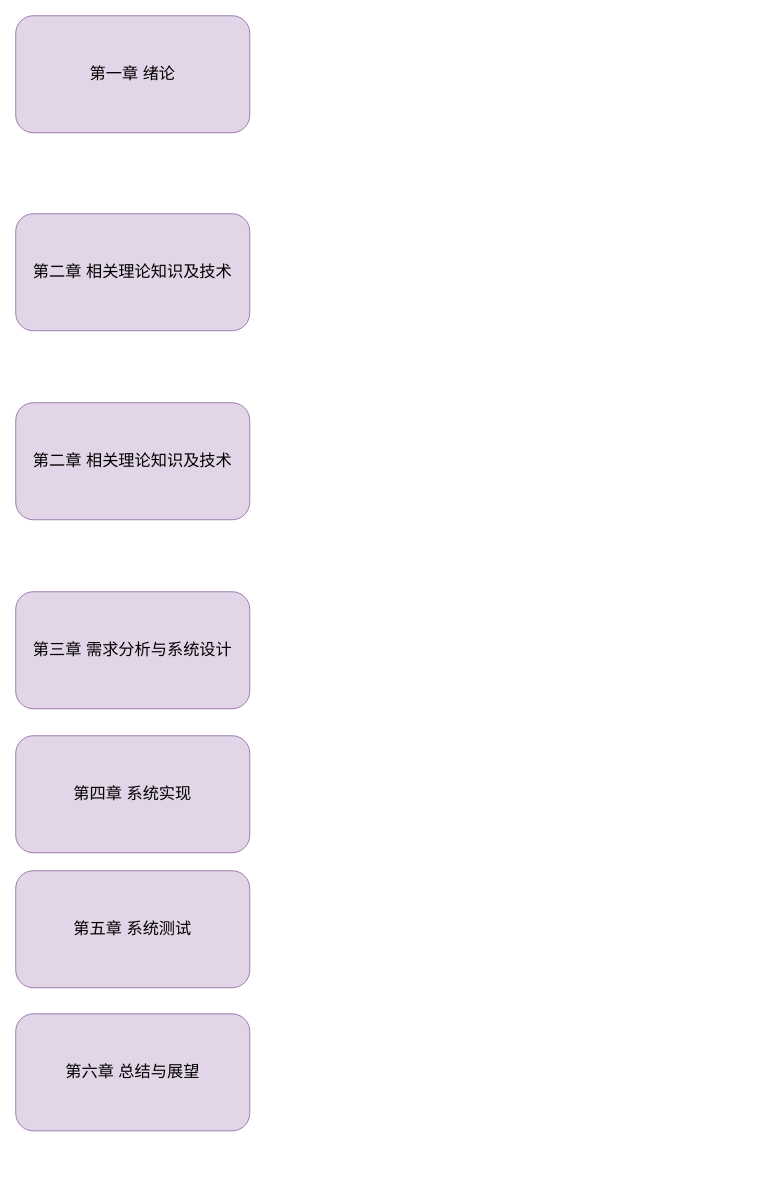
Before: 文章结构图.drawio in ov0-0vo/1, a draw.io diagram. Source tidied: cells renumbered, new cells numbered last; positions are measured from the earlier drawing's top-left corner, leaving out a move shared by most shapes. Both pictures are drawn from the tidied source at 90%, with x=0, y=0 at pixel (15, 15).
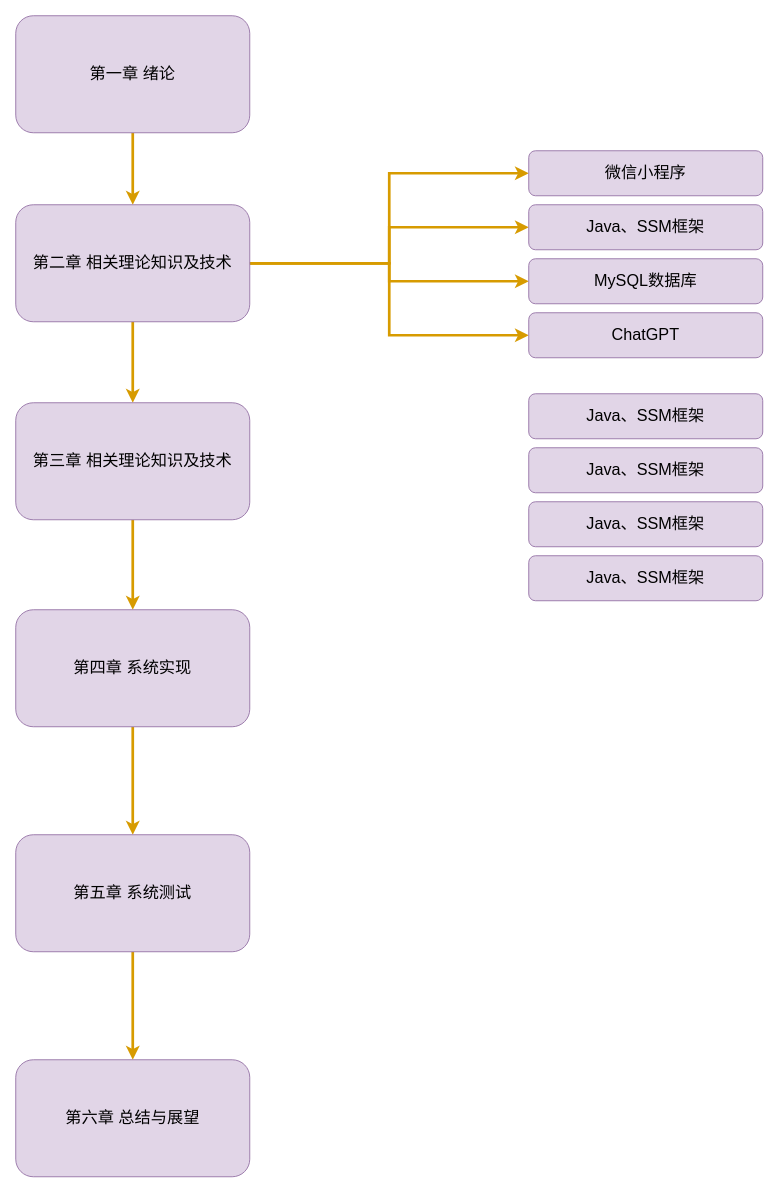
The same diagram, later.

Commit message (it also covers changes not shown here):
更新文章结构图.drawio

The change refers to these unchanged cells:
```xml
<mxCell id="2" value="第一章 绪论" style="rounded=1;whiteSpace=wrap;html=1;fillColor=#e1d5e7;strokeColor=#9673a6;fontSize=18;" parent="1" vertex="1">
  <mxGeometry width="260" height="130" as="geometry" />
</mxCell>
```

Diff of the diagram source:
```diff
@@
+    <mxCell id="9" style="rounded=0;jettySize=auto;html=1;exitX=0.5;exitY=1;exitDx=0;exitDy=0;entryX=0.5;entryY=0;entryDx=0;entryDy=0;fontFamily=Helvetica;fontSize=18;fontColor=default;fillColor=#ffe6cc;strokeColor=#d79b00;strokeWidth=3;" parent="1" edge="1" source="2" target="3">
+      <mxGeometry relative="1" as="geometry" />
+    </mxCell>
@@
+    <mxCell id="10" style="edgeStyle=none;shape=connector;rounded=0;jettySize=auto;html=1;exitX=0.5;exitY=1;exitDx=0;exitDy=0;entryX=0.5;entryY=0;entryDx=0;entryDy=0;labelBackgroundColor=default;strokeColor=#d79b00;strokeWidth=3;fontFamily=Helvetica;fontSize=18;fontColor=default;endArrow=classic;fillColor=#ffe6cc;" parent="1" edge="1" source="3" target="4">
+      <mxGeometry relative="1" as="geometry" />
+    </mxCell>
+    <mxCell id="11" style="edgeStyle=orthogonalEdgeStyle;shape=connector;rounded=0;jettySize=auto;html=1;exitX=1;exitY=0.5;exitDx=0;exitDy=0;entryX=0;entryY=0.5;entryDx=0;entryDy=0;labelBackgroundColor=default;strokeColor=#d79b00;strokeWidth=3;fontFamily=Helvetica;fontSize=18;fontColor=default;endArrow=classic;fillColor=#ffe6cc;" parent="1" edge="1" source="3" target="18">
+      <mxGeometry relative="1" as="geometry" />
+    </mxCell>
+    <mxCell id="12" style="edgeStyle=orthogonalEdgeStyle;shape=connector;rounded=0;jettySize=auto;html=1;exitX=1;exitY=0.5;exitDx=0;exitDy=0;entryX=0;entryY=0.5;entryDx=0;entryDy=0;labelBackgroundColor=default;strokeColor=#d79b00;strokeWidth=3;fontFamily=Helvetica;fontSize=18;fontColor=default;endArrow=classic;fillColor=#ffe6cc;" parent="1" edge="1" source="3" target="19">
+      <mxGeometry relative="1" as="geometry" />
+    </mxCell>
+    <mxCell id="13" style="edgeStyle=orthogonalEdgeStyle;shape=connector;rounded=0;jettySize=auto;html=1;exitX=1;exitY=0.5;exitDx=0;exitDy=0;entryX=0;entryY=0.5;entryDx=0;entryDy=0;labelBackgroundColor=default;strokeColor=#d79b00;strokeWidth=3;fontFamily=Helvetica;fontSize=18;fontColor=default;endArrow=classic;fillColor=#ffe6cc;" parent="1" edge="1" source="3" target="20">
+      <mxGeometry relative="1" as="geometry" />
+    </mxCell>
+    <mxCell id="14" style="edgeStyle=orthogonalEdgeStyle;shape=connector;rounded=0;jettySize=auto;html=1;exitX=1;exitY=0.5;exitDx=0;exitDy=0;entryX=0;entryY=0.5;entryDx=0;entryDy=0;labelBackgroundColor=default;strokeColor=#d79b00;strokeWidth=3;fontFamily=Helvetica;fontSize=18;fontColor=default;endArrow=classic;fillColor=#ffe6cc;" parent="1" edge="1" source="3" target="21">
+      <mxGeometry relative="1" as="geometry" />
+    </mxCell>
     <mxCell id="3" value="第二章 相关理论知识及技术" style="rounded=1;whiteSpace=wrap;html=1;strokeColor=#9673a6;fontFamily=Helvetica;fontSize=18;fontColor=default;fillColor=#e1d5e7;" parent="1" vertex="1">
-      <mxGeometry y="220" width="260" height="130" as="geometry" />
+      <mxGeometry y="210" width="260" height="130" as="geometry" />
     </mxCell>
+    <mxCell id="15" style="edgeStyle=none;shape=connector;rounded=0;jettySize=auto;html=1;exitX=0.5;exitY=1;exitDx=0;exitDy=0;entryX=0.5;entryY=0;entryDx=0;entryDy=0;labelBackgroundColor=default;strokeColor=#d79b00;strokeWidth=3;fontFamily=Helvetica;fontSize=18;fontColor=default;endArrow=classic;fillColor=#ffe6cc;" parent="1" edge="1" source="4" target="6">
+      <mxGeometry relative="1" as="geometry" />
+    </mxCell>
-    <mxCell id="4" value="第二章 相关理论知识及技术" style="rounded=1;whiteSpace=wrap;html=1;strokeColor=#9673a6;fontFamily=Helvetica;fontSize=18;fontColor=default;fillColor=#e1d5e7;" parent="1" vertex="1">
+    <mxCell id="4" value="第三章 相关理论知识及技术" style="rounded=1;whiteSpace=wrap;html=1;strokeColor=#9673a6;fontFamily=Helvetica;fontSize=18;fontColor=default;fillColor=#e1d5e7;" parent="1" vertex="1">
       <mxGeometry y="430" width="260" height="130" as="geometry" />
     </mxCell>
-    <mxCell id="5" value="第三章 需求分析与系统设计" style="rounded=1;whiteSpace=wrap;html=1;strokeColor=#9673a6;fontFamily=Helvetica;fontSize=18;fontColor=default;fillColor=#e1d5e7;" parent="1" vertex="1">
-      <mxGeometry y="640" width="260" height="130" as="geometry" />
-    </mxCell>
+    <mxCell id="16" style="edgeStyle=none;shape=connector;rounded=0;jettySize=auto;html=1;exitX=0.5;exitY=1;exitDx=0;exitDy=0;entryX=0.5;entryY=0;entryDx=0;entryDy=0;labelBackgroundColor=default;strokeColor=#d79b00;strokeWidth=3;fontFamily=Helvetica;fontSize=18;fontColor=default;endArrow=classic;fillColor=#ffe6cc;" parent="1" edge="1" source="6" target="7">
+      <mxGeometry relative="1" as="geometry" />
+    </mxCell>
     <mxCell id="6" value="第四章 系统实现" style="rounded=1;whiteSpace=wrap;html=1;strokeColor=#9673a6;fontFamily=Helvetica;fontSize=18;fontColor=default;fillColor=#e1d5e7;" parent="1" vertex="1">
-      <mxGeometry y="800" width="260" height="130" as="geometry" />
+      <mxGeometry y="660" width="260" height="130" as="geometry" />
     </mxCell>
+    <mxCell id="17" style="edgeStyle=none;shape=connector;rounded=0;jettySize=auto;html=1;exitX=0.5;exitY=1;exitDx=0;exitDy=0;entryX=0.5;entryY=0;entryDx=0;entryDy=0;labelBackgroundColor=default;strokeColor=#d79b00;strokeWidth=3;fontFamily=Helvetica;fontSize=18;fontColor=default;endArrow=classic;fillColor=#ffe6cc;" parent="1" edge="1" source="7" target="8">
+      <mxGeometry relative="1" as="geometry" />
+    </mxCell>
     <mxCell id="7" value="第五章 系统测试" style="rounded=1;whiteSpace=wrap;html=1;strokeColor=#9673a6;fontFamily=Helvetica;fontSize=18;fontColor=default;fillColor=#e1d5e7;" parent="1" vertex="1">
-      <mxGeometry y="950" width="260" height="130" as="geometry" />
+      <mxGeometry y="910" width="260" height="130" as="geometry" />
     </mxCell>
     <mxCell id="8" value="第六章 总结与展望" style="rounded=1;whiteSpace=wrap;html=1;strokeColor=#9673a6;fontFamily=Helvetica;fontSize=18;fontColor=default;fillColor=#e1d5e7;" parent="1" vertex="1">
-      <mxGeometry y="1109" width="260" height="130" as="geometry" />
+      <mxGeometry y="1160" width="260" height="130" as="geometry" />
     </mxCell>
+    <mxCell id="18" value="微信小程序" style="rounded=1;whiteSpace=wrap;html=1;strokeColor=#9673a6;fontFamily=Helvetica;fontSize=18;fontColor=default;fillColor=#e1d5e7;" parent="1" vertex="1">
+      <mxGeometry x="570" y="150" width="260" height="50" as="geometry" />
+    </mxCell>
+    <mxCell id="19" value="Java、SSM框架" style="rounded=1;whiteSpace=wrap;html=1;strokeColor=#9673a6;fontFamily=Helvetica;fontSize=18;fontColor=default;fillColor=#e1d5e7;" parent="1" vertex="1">
+      <mxGeometry x="570" y="210" width="260" height="50" as="geometry" />
+    </mxCell>
+    <mxCell id="20" value="MySQL数据库" style="rounded=1;whiteSpace=wrap;html=1;strokeColor=#9673a6;fontFamily=Helvetica;fontSize=18;fontColor=default;fillColor=#e1d5e7;" parent="1" vertex="1">
+      <mxGeometry x="570" y="270" width="260" height="50" as="geometry" />
+    </mxCell>
+    <mxCell id="21" value="ChatGPT" style="rounded=1;whiteSpace=wrap;html=1;strokeColor=#9673a6;fontFamily=Helvetica;fontSize=18;fontColor=default;fillColor=#e1d5e7;" parent="1" vertex="1">
+      <mxGeometry x="570" y="330" width="260" height="50" as="geometry" />
+    </mxCell>
+    <mxCell id="22" value="Java、SSM框架" style="rounded=1;whiteSpace=wrap;html=1;strokeColor=#9673a6;fontFamily=Helvetica;fontSize=18;fontColor=default;fillColor=#e1d5e7;" parent="1" vertex="1">
+      <mxGeometry x="570" y="600" width="260" height="50" as="geometry" />
+    </mxCell>
+    <mxCell id="23" value="Java、SSM框架" style="rounded=1;whiteSpace=wrap;html=1;strokeColor=#9673a6;fontFamily=Helvetica;fontSize=18;fontColor=default;fillColor=#e1d5e7;" parent="1" vertex="1">
+      <mxGeometry x="570" y="540" width="260" height="50" as="geometry" />
+    </mxCell>
+    <mxCell id="24" value="Java、SSM框架" style="rounded=1;whiteSpace=wrap;html=1;strokeColor=#9673a6;fontFamily=Helvetica;fontSize=18;fontColor=default;fillColor=#e1d5e7;" parent="1" vertex="1">
+      <mxGeometry x="570" y="420" width="260" height="50" as="geometry" />
+    </mxCell>
+    <mxCell id="25" value="Java、SSM框架" style="rounded=1;whiteSpace=wrap;html=1;strokeColor=#9673a6;fontFamily=Helvetica;fontSize=18;fontColor=default;fillColor=#e1d5e7;" parent="1" vertex="1">
+      <mxGeometry x="570" y="480" width="260" height="50" as="geometry" />
+    </mxCell>
```
